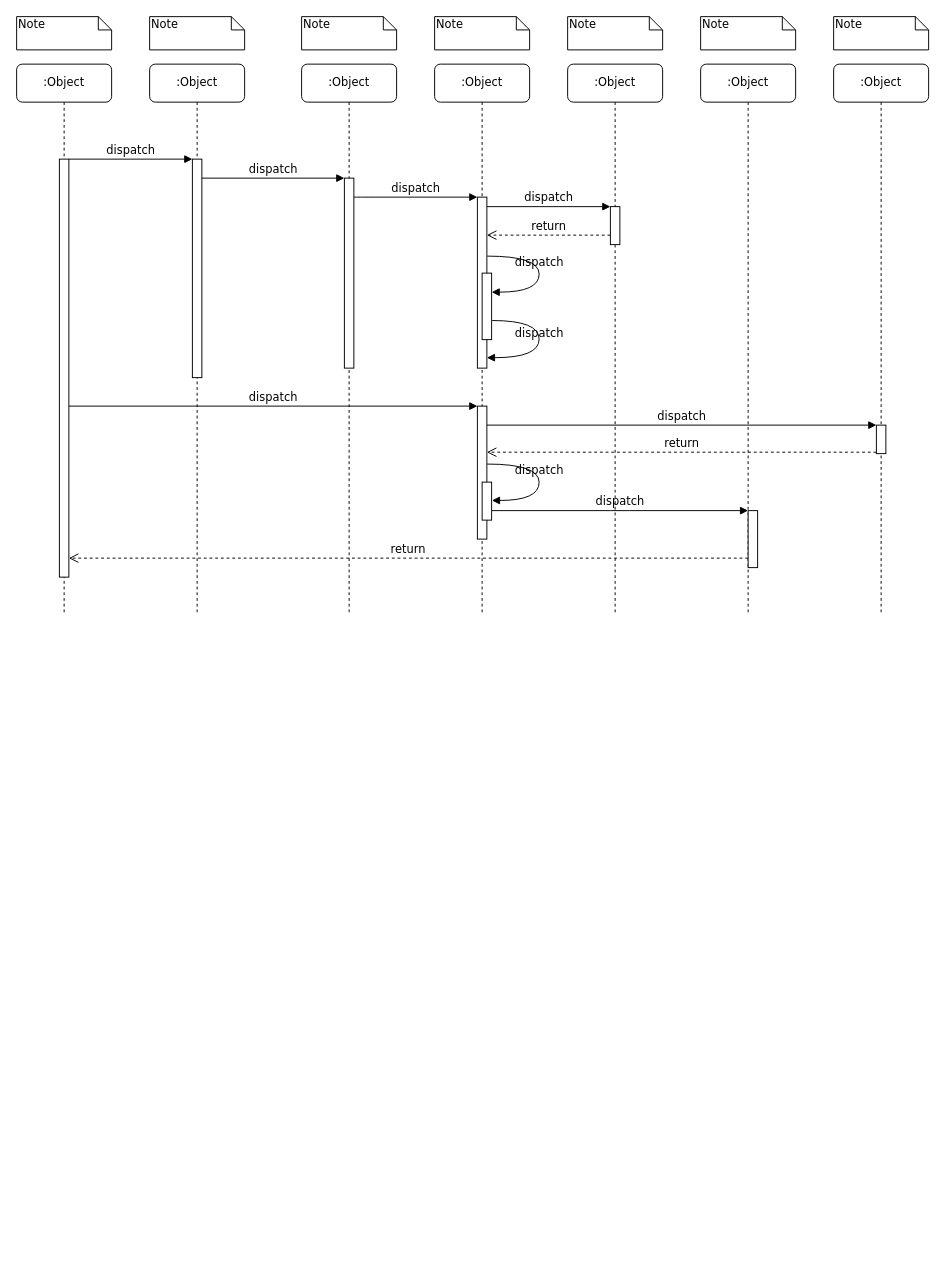
The draw.io diagram upgrade.drawio in wyuanrui/codesnippet, before the edit. Source tidied: cells renumbered, new cells numbered last; positions are measured from the earlier drawing's top-left corner, leaving out a move shared by most shapes. Both pictures are drawn from the tidied source at 95%, with x=0, y=0 at pixel (16, 16).
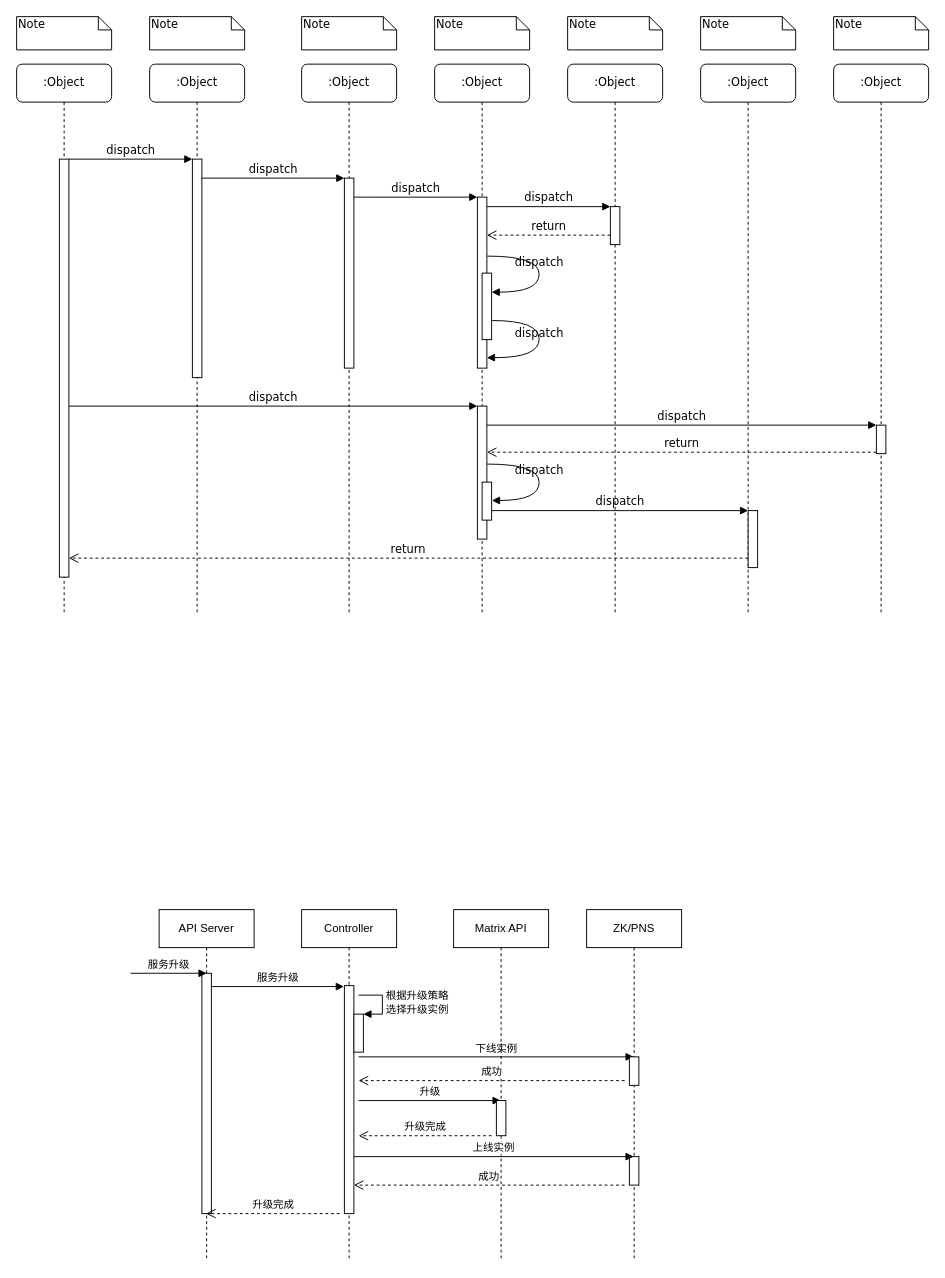
Above is the later version.

Diff of the diagram source:
```diff
@@
+    <mxCell id="39" value="API Server" style="shape=umlLifeline;perimeter=lifelinePerimeter;whiteSpace=wrap;html=1;outlineConnect=0;" parent="1" vertex="1">
+      <mxGeometry x="150" y="940" width="100" height="370" as="geometry" />
+    </mxCell>
+    <mxCell id="40" style="html=1;perimeter=orthogonalPerimeter;" parent="39" vertex="1">
+      <mxGeometry x="45" y="67" width="10" height="253" as="geometry" />
+    </mxCell>
+    <mxCell id="41" value="服务升级" style="html=1;verticalAlign=bottom;endArrow=block;" parent="39" edge="1">
+      <mxGeometry relative="1" as="geometry">
+        <mxPoint x="55" y="81" as="sourcePoint" />
+        <mxPoint x="194.5" y="81" as="targetPoint" />
+      </mxGeometry>
+    </mxCell>
+    <mxCell id="42" value="Controller" style="shape=umlLifeline;perimeter=lifelinePerimeter;whiteSpace=wrap;html=1;" parent="1" vertex="1">
+      <mxGeometry x="300" y="940" width="100" height="370" as="geometry" />
+    </mxCell>
+    <mxCell id="43" style="html=1;points=[];perimeter=orthogonalPerimeter;" parent="42" vertex="1">
+      <mxGeometry x="45" y="80" width="10" height="240" as="geometry" />
+    </mxCell>
+    <mxCell id="44" value="升级" style="html=1;verticalAlign=bottom;endArrow=block;" parent="42" edge="1">
+      <mxGeometry relative="1" as="geometry">
+        <mxPoint x="60" y="201" as="sourcePoint" />
+        <mxPoint x="209.5" y="201" as="targetPoint" />
+      </mxGeometry>
+    </mxCell>
+    <mxCell id="45" value="下线实例" style="html=1;verticalAlign=bottom;endArrow=block;" parent="42" edge="1">
+      <mxGeometry relative="1" as="geometry">
+        <mxPoint x="60" y="155" as="sourcePoint" />
+        <mxPoint x="349.5" y="155" as="targetPoint" />
+      </mxGeometry>
+    </mxCell>
+    <mxCell id="46" style="html=1;points=[];perimeter=orthogonalPerimeter;" parent="42" vertex="1">
+      <mxGeometry x="55" y="110" width="10" height="40" as="geometry" />
+    </mxCell>
+    <mxCell id="47" value="根据升级策略&lt;br&gt;选择升级实例" style="edgeStyle=orthogonalEdgeStyle;html=1;align=left;spacingLeft=2;endArrow=block;rounded=0;entryX=1;entryY=0;" parent="42" edge="1" target="46">
+      <mxGeometry relative="1" as="geometry">
+        <mxPoint x="60" y="90" as="sourcePoint" />
+        <Array as="points">
+          <mxPoint x="85" y="90" />
+        </Array>
+      </mxGeometry>
+    </mxCell>
+    <mxCell id="48" value="Matrix API" style="shape=umlLifeline;perimeter=lifelinePerimeter;whiteSpace=wrap;html=1;" parent="1" vertex="1">
+      <mxGeometry x="460" y="940" width="100" height="370" as="geometry" />
+    </mxCell>
+    <mxCell id="49" style="html=1;perimeter=orthogonalPerimeter;" parent="48" vertex="1">
+      <mxGeometry x="45" y="201" width="10" height="37" as="geometry" />
+    </mxCell>
+    <mxCell id="50" value="ZK/PNS" style="shape=umlLifeline;perimeter=lifelinePerimeter;whiteSpace=wrap;html=1;outlineConnect=0;" parent="1" vertex="1">
+      <mxGeometry x="600" y="940" width="100" height="370" as="geometry" />
+    </mxCell>
+    <mxCell id="51" style="html=1;perimeter=orthogonalPerimeter;" parent="50" vertex="1">
+      <mxGeometry x="45" y="155" width="10" height="30" as="geometry" />
+    </mxCell>
+    <mxCell id="52" style="html=1;perimeter=orthogonalPerimeter;" parent="50" vertex="1">
+      <mxGeometry x="45" y="260" width="10" height="30" as="geometry" />
+    </mxCell>
+    <mxCell id="53" value="服务升级" style="html=1;verticalAlign=bottom;endArrow=block;" parent="1" edge="1">
+      <mxGeometry relative="1" as="geometry">
+        <mxPoint x="120" y="1007" as="sourcePoint" />
+        <mxPoint x="200" y="1007" as="targetPoint" />
+      </mxGeometry>
+    </mxCell>
+    <mxCell id="54" value="升级完成" style="html=1;verticalAlign=bottom;endArrow=open;dashed=1;endSize=8;" parent="1" edge="1">
+      <mxGeometry relative="1" as="geometry">
+        <mxPoint x="500" y="1178" as="sourcePoint" />
+        <mxPoint x="360" y="1178" as="targetPoint" />
+      </mxGeometry>
+    </mxCell>
+    <mxCell id="55" value="成功" style="html=1;verticalAlign=bottom;endArrow=open;dashed=1;endSize=8;" parent="1" edge="1">
+      <mxGeometry relative="1" as="geometry">
+        <mxPoint x="640" y="1120" as="sourcePoint" />
+        <mxPoint x="360" y="1120" as="targetPoint" />
+      </mxGeometry>
+    </mxCell>
+    <mxCell id="56" value="上线实例" style="html=1;verticalAlign=bottom;endArrow=block;" parent="1" edge="1" target="50">
+      <mxGeometry relative="1" as="geometry">
+        <mxPoint x="355" y="1200" as="sourcePoint" />
+      </mxGeometry>
+    </mxCell>
+    <mxCell id="57" value="成功" style="html=1;verticalAlign=bottom;endArrow=open;dashed=1;endSize=8;" parent="1" edge="1" target="43">
+      <mxGeometry relative="1" as="geometry">
+        <mxPoint x="640" y="1230" as="sourcePoint" />
+      </mxGeometry>
+    </mxCell>
+    <mxCell id="58" value="升级完成" style="html=1;verticalAlign=bottom;endArrow=open;dashed=1;endSize=8;" parent="1" edge="1" target="39">
+      <mxGeometry relative="1" as="geometry">
+        <mxPoint x="340" y="1260" as="sourcePoint" />
+      </mxGeometry>
+    </mxCell>
```
